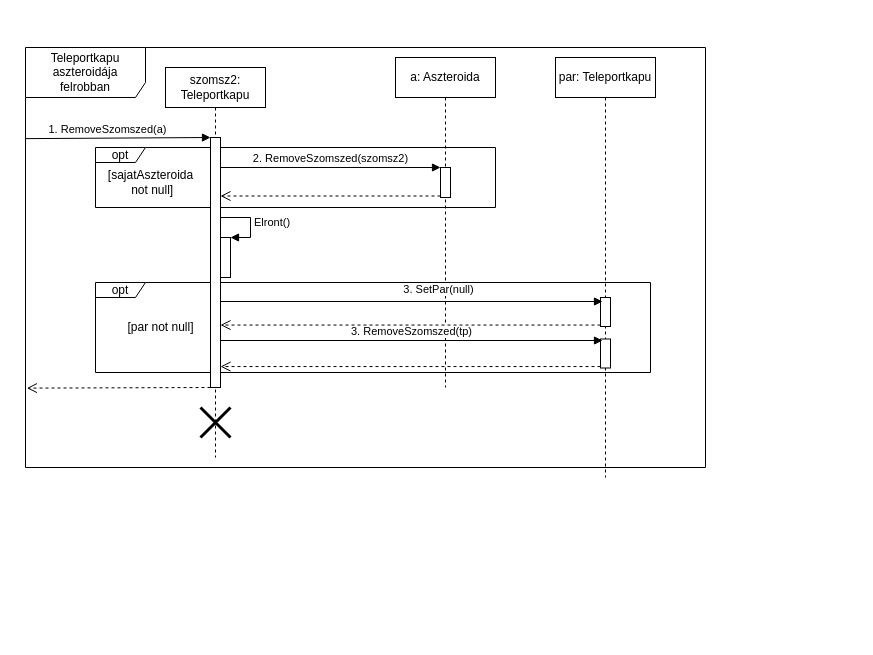
This is page "teleportkapu robban" (5 of 5) of doc/szekvencia/szek_UranLerak.drawio from torpeBoiGo/aszteroidabanyaszat, a draw.io file, before an edit. Source tidied: cells renumbered, new cells numbered last; positions are measured from the earlier drawing's top-left corner, leaving out a move shared by most shapes. Both pictures are drawn from the tidied source at 100%, with x=0, y=0 at pixel (25, 47).
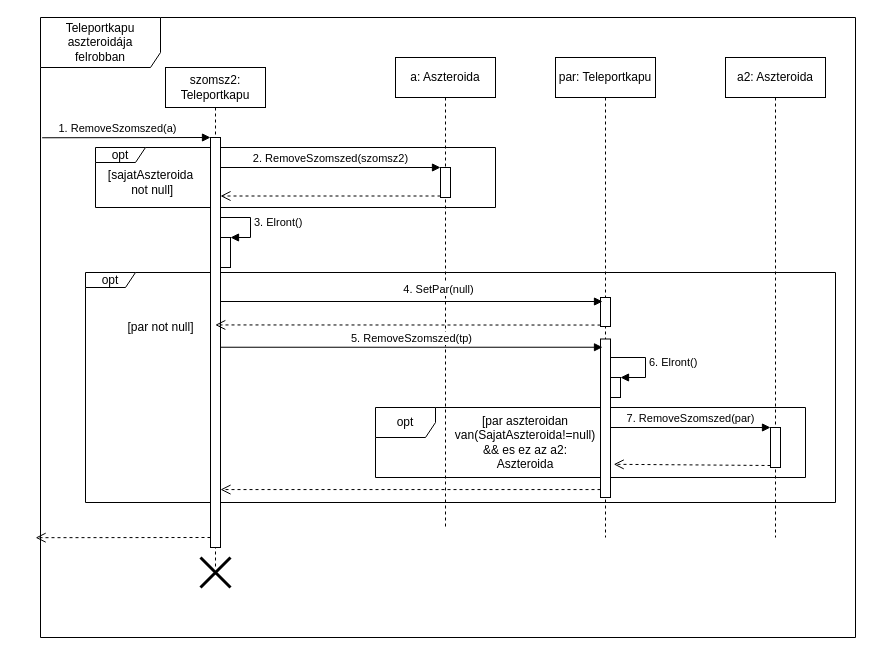
The same diagram, later.

Unchanged cells that the change refers to:
```xml
<mxCell id="13" style="html=1;points=[];perimeter=orthogonalPerimeter;" parent="11" vertex="1">
  <mxGeometry x="45" y="240" width="10" height="29" as="geometry" />
</mxCell>
```

What changed in the source:
```diff
@@
+    <mxCell id="3" value="opt" style="shape=umlFrame;whiteSpace=wrap;html=1;width=50;height=15;" parent="1" vertex="1">
+      <mxGeometry x="60" y="225" width="750" height="230" as="geometry" />
+    </mxCell>
+    <mxCell id="25" value="opt" style="shape=umlFrame;whiteSpace=wrap;html=1;" parent="1" vertex="1">
+      <mxGeometry x="350" y="360" width="430" height="70" as="geometry" />
+    </mxCell>
     <mxCell id="2" value="Teleportkapu aszteroidája felrobban" style="shape=umlFrame;whiteSpace=wrap;html=1;width=120;height=50;" parent="1" vertex="1">
-      <mxGeometry width="680" height="420" as="geometry" />
+      <mxGeometry x="15" y="-30" width="815" height="620" as="geometry" />
     </mxCell>
-    <mxCell id="3" value="opt" style="shape=umlFrame;whiteSpace=wrap;html=1;width=50;height=15;" parent="1" vertex="1">
-      <mxGeometry x="70" y="235" width="555" height="90" as="geometry" />
-    </mxCell>
@@
     <mxCell id="5" value="szomsz2: Teleportkapu" style="shape=umlLifeline;perimeter=lifelinePerimeter;whiteSpace=wrap;html=1;" parent="1" vertex="1">
-      <mxGeometry x="140" y="20" width="100" height="390" as="geometry" />
+      <mxGeometry x="140" y="20" width="100" height="500" as="geometry" />
     </mxCell>
     <mxCell id="6" style="html=1;points=[];perimeter=orthogonalPerimeter;" parent="5" vertex="1">
-      <mxGeometry x="45" y="70" width="10" height="250" as="geometry" />
+      <mxGeometry x="45" y="70" width="10" height="410" as="geometry" />
     </mxCell>
-    <mxCell id="7" style="html=1;verticalAlign=bottom;endArrow=open;dashed=1;endSize=8;entryX=0.002;entryY=0.811;entryDx=0;entryDy=0;entryPerimeter=0;" parent="5" edge="1" target="2">
-      <mxGeometry x="1" y="-52" relative="1" as="geometry">
-        <mxPoint x="45" y="320" as="sourcePoint" />
-        <mxPoint x="-15" y="2" as="offset" />
-      </mxGeometry>
-    </mxCell>
     <mxCell id="8" style="html=1;points=[];perimeter=orthogonalPerimeter;" parent="5" vertex="1">
-      <mxGeometry x="55" y="170" width="10" height="40" as="geometry" />
+      <mxGeometry x="55" y="170" width="10" height="30" as="geometry" />
     </mxCell>
-    <mxCell id="9" value="Elront()" style="edgeStyle=orthogonalEdgeStyle;html=1;align=left;spacingLeft=2;endArrow=block;rounded=0;entryX=1;entryY=0;" parent="5" edge="1" source="6" target="8">
+    <mxCell id="9" value="3. Elront()" style="edgeStyle=orthogonalEdgeStyle;html=1;align=left;spacingLeft=2;endArrow=block;rounded=0;entryX=1;entryY=0;" parent="5" edge="1" source="6" target="8">
       <mxGeometry relative="1" as="geometry">
         <Array as="points">
           <mxPoint x="85" y="150" />
           <mxPoint x="85" y="170" />
         </Array>
       </mxGeometry>
     </mxCell>
-    <mxCell id="10" style="shape=umlDestroy;whiteSpace=wrap;html=1;strokeWidth=3;" parent="5" vertex="1">
-      <mxGeometry x="35" y="340" width="30" height="30" as="geometry" />
-    </mxCell>
     <mxCell id="11" value="par: Teleportkapu" style="shape=umlLifeline;perimeter=lifelinePerimeter;whiteSpace=wrap;html=1;" parent="1" vertex="1">
-      <mxGeometry x="530" y="10" width="100" height="420" as="geometry" />
+      <mxGeometry x="530" y="10" width="100" height="480" as="geometry" />
     </mxCell>
     <mxCell id="12" style="html=1;points=[];perimeter=orthogonalPerimeter;" parent="11" vertex="1">
-      <mxGeometry x="45" y="281.5" width="10" height="29" as="geometry" />
+      <mxGeometry x="45" y="281.5" width="10" height="158.5" as="geometry" />
     </mxCell>
@@
+    <mxCell id="26" style="html=1;points=[];perimeter=orthogonalPerimeter;" parent="11" vertex="1">
+      <mxGeometry x="55" y="320" width="10" height="20" as="geometry" />
+    </mxCell>
+    <mxCell id="27" value="6. Elront()" style="edgeStyle=orthogonalEdgeStyle;html=1;align=left;spacingLeft=2;endArrow=block;rounded=0;entryX=1;entryY=0;" parent="11" edge="1" source="12" target="26">
+      <mxGeometry relative="1" as="geometry">
+        <Array as="points">
+          <mxPoint x="90" y="300" />
+          <mxPoint x="90" y="320" />
+        </Array>
+      </mxGeometry>
+    </mxCell>
     <mxCell id="14" value="a: Aszteroida" style="shape=umlLifeline;perimeter=lifelinePerimeter;whiteSpace=wrap;html=1;" parent="1" vertex="1">
-      <mxGeometry x="370" y="10" width="100" height="330" as="geometry" />
+      <mxGeometry x="370" y="10" width="100" height="470" as="geometry" />
     </mxCell>
@@
-    <mxCell id="18" value="3. RemoveSzomszed(tp)" style="html=1;verticalAlign=bottom;endArrow=block;entryX=0.2;entryY=0.052;entryDx=0;entryDy=0;entryPerimeter=0;" parent="1" edge="1" source="6" target="12">
+    <mxCell id="18" value="5. RemoveSzomszed(tp)" style="html=1;verticalAlign=bottom;endArrow=block;entryX=0.2;entryY=0.052;entryDx=0;entryDy=0;entryPerimeter=0;" parent="1" edge="1" source="6" target="12">
       <mxGeometry relative="1" as="geometry" />
     </mxCell>
@@
-    <mxCell id="22" value="3. SetPar(null)" style="html=1;verticalAlign=bottom;endArrow=block;entryX=0.2;entryY=0.052;entryDx=0;entryDy=0;entryPerimeter=0;" parent="1" edge="1" source="6">
+    <mxCell id="22" value="4. SetPar(null)" style="html=1;verticalAlign=bottom;endArrow=block;entryX=0.2;entryY=0.052;entryDx=0;entryDy=0;entryPerimeter=0;" parent="1" edge="1" source="6">
       <mxGeometry x="0.14" y="3" relative="1" as="geometry">
         <mxPoint x="577" y="254" as="targetPoint" />
       </mxGeometry>
     </mxCell>
-    <mxCell id="23" value="1. RemoveSzomszed(a)" style="html=1;verticalAlign=bottom;endArrow=block;entryX=0;entryY=0;exitX=0;exitY=0.217;exitDx=0;exitDy=0;exitPerimeter=0;" parent="1" edge="1" source="2" target="6">
+    <mxCell id="23" value="1. RemoveSzomszed(a)" style="html=1;verticalAlign=bottom;endArrow=block;entryX=0;entryY=0;exitX=0.002;exitY=0.194;exitDx=0;exitDy=0;exitPerimeter=0;" parent="1" edge="1" source="2" target="6">
       <mxGeometry x="-0.11" relative="1" as="geometry" />
     </mxCell>
-    <mxCell id="24" style="html=1;verticalAlign=bottom;endArrow=open;dashed=1;endSize=8;exitX=0;exitY=0.95;" parent="1" edge="1" source="13" target="6">
-      <mxGeometry x="0.01" y="82" relative="1" as="geometry" />
-    </mxCell>
+    <mxCell id="28" value="a2: Aszteroida" style="shape=umlLifeline;perimeter=lifelinePerimeter;whiteSpace=wrap;html=1;" parent="1" vertex="1">
+      <mxGeometry x="700" y="10" width="100" height="480" as="geometry" />
+    </mxCell>
+    <mxCell id="29" style="html=1;points=[];perimeter=orthogonalPerimeter;" parent="28" vertex="1">
+      <mxGeometry x="45" y="370" width="10" height="40" as="geometry" />
+    </mxCell>
+    <mxCell id="10" style="shape=umlDestroy;whiteSpace=wrap;html=1;strokeWidth=3;" parent="1" vertex="1">
+      <mxGeometry x="175" y="510" width="30" height="30" as="geometry" />
+    </mxCell>
+    <mxCell id="30" style="html=1;verticalAlign=bottom;endArrow=open;dashed=1;endSize=8;exitX=0;exitY=0.95;entryX=1.324;entryY=0.475;entryDx=0;entryDy=0;entryPerimeter=0;" parent="1" edge="1" source="29">
+      <mxGeometry x="-0.31" y="63" relative="1" as="geometry">
+        <mxPoint x="588.2" y="416.8" as="targetPoint" />
+      </mxGeometry>
+    </mxCell>
+    <mxCell id="31" value="7. RemoveSzomszed(par)" style="html=1;verticalAlign=bottom;endArrow=block;entryX=0;entryY=0;" parent="1" edge="1" target="29">
+      <mxGeometry relative="1" as="geometry">
+        <mxPoint x="585" y="380" as="sourcePoint" />
+      </mxGeometry>
+    </mxCell>
+    <mxCell id="7" style="html=1;verticalAlign=bottom;endArrow=open;dashed=1;endSize=8;entryX=-0.006;entryY=0.839;entryDx=0;entryDy=0;entryPerimeter=0;" parent="1" edge="1" target="2">
+      <mxGeometry x="1" y="-52" relative="1" as="geometry">
+        <mxPoint x="185" y="490" as="sourcePoint" />
+        <mxPoint x="-15" y="2" as="offset" />
+      </mxGeometry>
+    </mxCell>
+    <mxCell id="32" value="[par aszteroidan van(SajatAszteroida!=null) &amp;amp;&amp;amp; es ez az a2: Aszteroida" style="text;html=1;strokeColor=none;fillColor=none;align=center;verticalAlign=middle;whiteSpace=wrap;rounded=0;" parent="1" vertex="1">
+      <mxGeometry x="470" y="385" width="60" height="20" as="geometry" />
+    </mxCell>
+    <mxCell id="33" style="html=1;verticalAlign=bottom;endArrow=open;dashed=1;endSize=8;exitX=0;exitY=0.95;entryX=0.173;entryY=0.228;entryDx=0;entryDy=0;entryPerimeter=0;" parent="1" edge="1" source="13" target="3">
+      <mxGeometry x="0.01" y="82" relative="1" as="geometry" />
+    </mxCell>
```
